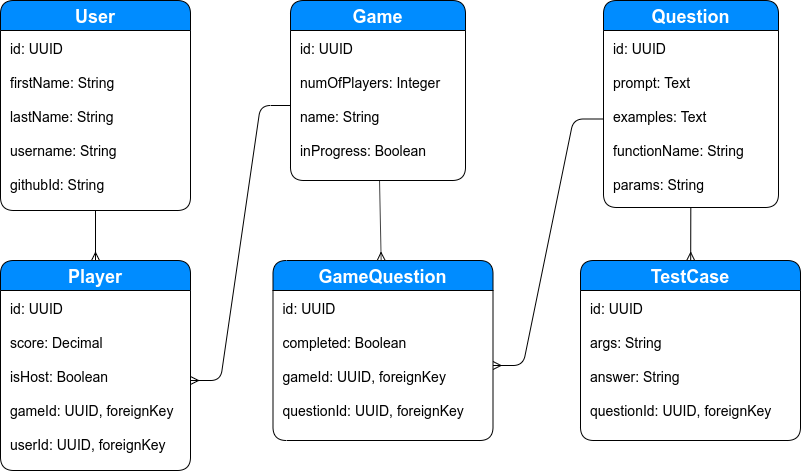
This is docs/data_models_relationship.png from lfg1907/jsbattle, a draw.io export, as it was before one commit. Source tidied: cells renumbered, new cells last; positions are measured from the earlier drawing's top-left corner, leaving out a move shared by most shapes. Source of this version:
```xml
<mxGraphModel>
  <root>
    <mxCell id="0" />
    <mxCell id="1" parent="0" />
    <mxCell id="2" value="Game" style="swimlane;horizontal=1;startSize=30;fillColor=#008cff;fontColor=#FFFFFF;rounded=1;fontSize=18;fontStyle=1;strokeWidth=1;shadow=0;dashed=0;align=center;" parent="1" vertex="1">
      <mxGeometry x="290" width="175" height="180" as="geometry" />
    </mxCell>
    <mxCell id="3" value="id: UUID&#10;&#10;numOfPlayers: Integer&#10;&#10;name: String&#10;&#10;inProgress: Boolean" style="align=left;strokeColor=none;fillColor=none;spacingLeft=8;spacingBottom=4;fontSize=14;verticalAlign=top;spacingTop=4;" parent="2" vertex="1">
      <mxGeometry y="30" width="175" height="150" as="geometry" />
    </mxCell>
    <mxCell id="4" value="Question" style="swimlane;horizontal=1;startSize=30;fillColor=#008cff;fontColor=#FFFFFF;rounded=1;fontSize=18;fontStyle=1;strokeWidth=1;shadow=0;dashed=0;align=center;" parent="1" vertex="1">
      <mxGeometry x="603" width="175" height="207" as="geometry" />
    </mxCell>
    <mxCell id="5" value="id: UUID&#10;&#10;prompt: Text&#10;&#10;examples: Text&#10;&#10;functionName: String&#10;&#10;params: String" style="align=left;strokeColor=none;fillColor=none;spacingLeft=8;spacingBottom=4;fontSize=14;verticalAlign=top;spacingTop=4;" parent="4" vertex="1">
      <mxGeometry y="30" width="175" height="177" as="geometry" />
    </mxCell>
    <mxCell id="6" value="TestCase" style="swimlane;horizontal=1;startSize=30;fillColor=#008cff;fontColor=#FFFFFF;rounded=1;fontSize=18;fontStyle=1;strokeWidth=1;shadow=0;dashed=0;align=center;" parent="1" vertex="1">
      <mxGeometry x="580" y="260" width="220" height="180" as="geometry" />
    </mxCell>
    <mxCell id="7" value="id: UUID&#10;&#10;args: String&#10;&#10;answer: String&#10;&#10;questionId: UUID, foreignKey" style="align=left;strokeColor=none;fillColor=none;spacingLeft=8;spacingBottom=4;fontSize=14;verticalAlign=top;spacingTop=4;" parent="6" vertex="1">
      <mxGeometry y="30" width="220" height="150" as="geometry" />
    </mxCell>
    <mxCell id="8" value="GameQuestion" style="swimlane;horizontal=1;startSize=30;fillColor=#008cff;fontColor=#FFFFFF;rounded=1;fontSize=18;fontStyle=1;strokeWidth=1;shadow=0;dashed=0;align=center;" parent="1" vertex="1">
      <mxGeometry x="272.5" y="260" width="220" height="180" as="geometry" />
    </mxCell>
    <mxCell id="9" value="id: UUID&#10;&#10;completed: Boolean&#10;&#10;gameId: UUID, foreignKey&#10;&#10;questionId: UUID, foreignKey" style="align=left;strokeColor=none;fillColor=none;spacingLeft=8;spacingBottom=4;fontSize=14;verticalAlign=top;spacingTop=4;" parent="8" vertex="1">
      <mxGeometry y="30" width="220" height="150" as="geometry" />
    </mxCell>
    <mxCell id="10" style="fontSize=12;html=1;endArrow=ERmany;" parent="1" edge="1" source="3" target="8">
      <mxGeometry relative="1" as="geometry" />
    </mxCell>
    <mxCell id="11" style="edgeStyle=entityRelationEdgeStyle;fontSize=12;html=1;endArrow=ERmany;" parent="1" edge="1" source="5" target="9">
      <mxGeometry relative="1" as="geometry" />
    </mxCell>
    <mxCell id="12" style="fontSize=12;html=1;endArrow=ERmany;" parent="1" edge="1" source="5" target="6">
      <mxGeometry relative="1" as="geometry" />
    </mxCell>
    <mxCell id="13" value="Player" style="swimlane;horizontal=1;startSize=30;fillColor=#008cff;fontColor=#FFFFFF;rounded=1;fontSize=18;fontStyle=1;strokeWidth=1;shadow=0;dashed=0;align=center;" parent="1" vertex="1">
      <mxGeometry y="260" width="190" height="210" as="geometry" />
    </mxCell>
    <mxCell id="14" value="id: UUID&#10;&#10;score: Decimal&#10;&#10;isHost: Boolean&#10;&#10;gameId: UUID, foreignKey&#10;&#10;userId: UUID, foreignKey" style="align=left;strokeColor=none;fillColor=none;spacingLeft=8;spacingBottom=4;fontSize=14;verticalAlign=top;spacingTop=4;" parent="13" vertex="1">
      <mxGeometry y="30" width="190" height="180" as="geometry" />
    </mxCell>
    <mxCell id="15" style="edgeStyle=none;rounded=0;jettySize=auto;html=1;endArrow=ERmany;endFill=0;fontSize=14;" parent="1" edge="1" source="18" target="13">
      <mxGeometry relative="1" as="geometry" />
    </mxCell>
    <mxCell id="16" style="edgeStyle=entityRelationEdgeStyle;rounded=1;jettySize=auto;html=1;endArrow=ERmany;endFill=0;fontSize=14;" parent="1" edge="1" source="3" target="14">
      <mxGeometry relative="1" as="geometry" />
    </mxCell>
    <mxCell id="17" value="User" style="swimlane;horizontal=1;startSize=30;fillColor=#008cff;fontColor=#FFFFFF;rounded=1;fontSize=18;fontStyle=1;strokeWidth=1;shadow=0;dashed=0;align=center;" parent="1" vertex="1">
      <mxGeometry width="190" height="210" as="geometry" />
    </mxCell>
    <mxCell id="18" value="id: UUID&#10;&#10;firstName: String&#10;&#10;lastName: String&#10;&#10;username: String&#10;&#10;githubId: String" style="align=left;strokeColor=none;fillColor=none;spacingLeft=8;spacingBottom=4;fontSize=14;verticalAlign=top;spacingTop=4;" parent="17" vertex="1">
      <mxGeometry y="30" width="190" height="180" as="geometry" />
    </mxCell>
  </root>
</mxGraphModel>
```
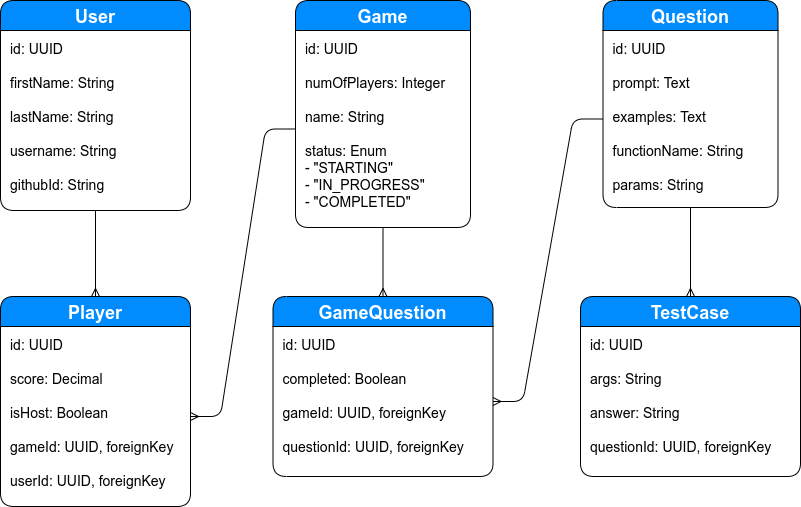
Later version of the same file.

Change to the diagram source:
```diff
@@ -3,13 +3,13 @@
     <mxCell id="0" />
     <mxCell id="1" parent="0" />
     <mxCell id="2" value="Game" style="swimlane;horizontal=1;startSize=30;fillColor=#008cff;fontColor=#FFFFFF;rounded=1;fontSize=18;fontStyle=1;strokeWidth=1;shadow=0;dashed=0;align=center;" parent="1" vertex="1">
-      <mxGeometry x="290" width="175" height="180" as="geometry" />
+      <mxGeometry x="295" y="-36" width="175" height="227" as="geometry" />
     </mxCell>
-    <mxCell id="3" value="id: UUID&#10;&#10;numOfPlayers: Integer&#10;&#10;name: String&#10;&#10;inProgress: Boolean" style="align=left;strokeColor=none;fillColor=none;spacingLeft=8;spacingBottom=4;fontSize=14;verticalAlign=top;spacingTop=4;" parent="2" vertex="1">
-      <mxGeometry y="30" width="175" height="150" as="geometry" />
+    <mxCell id="3" value="id: UUID&#10;&#10;numOfPlayers: Integer&#10;&#10;name: String&#10;&#10;status: Enum&#10;- &quot;STARTING&quot;&#10;- &quot;IN_PROGRESS&quot;&#10;- &quot;COMPLETED&quot;" style="align=left;strokeColor=none;fillColor=none;spacingLeft=8;spacingBottom=4;fontSize=14;verticalAlign=top;spacingTop=4;" parent="2" vertex="1">
+      <mxGeometry y="30" width="175" height="197" as="geometry" />
     </mxCell>
     <mxCell id="4" value="Question" style="swimlane;horizontal=1;startSize=30;fillColor=#008cff;fontColor=#FFFFFF;rounded=1;fontSize=18;fontStyle=1;strokeWidth=1;shadow=0;dashed=0;align=center;" parent="1" vertex="1">
-      <mxGeometry x="603" width="175" height="207" as="geometry" />
+      <mxGeometry x="602.5" y="-36" width="175" height="207" as="geometry" />
     </mxCell>
     <mxCell id="5" value="id: UUID&#10;&#10;prompt: Text&#10;&#10;examples: Text&#10;&#10;functionName: String&#10;&#10;params: String" style="align=left;strokeColor=none;fillColor=none;spacingLeft=8;spacingBottom=4;fontSize=14;verticalAlign=top;spacingTop=4;" parent="4" vertex="1">
       <mxGeometry y="30" width="175" height="177" as="geometry" />
@@ -48,7 +48,7 @@
       <mxGeometry relative="1" as="geometry" />
     </mxCell>
     <mxCell id="17" value="User" style="swimlane;horizontal=1;startSize=30;fillColor=#008cff;fontColor=#FFFFFF;rounded=1;fontSize=18;fontStyle=1;strokeWidth=1;shadow=0;dashed=0;align=center;" parent="1" vertex="1">
-      <mxGeometry width="190" height="210" as="geometry" />
+      <mxGeometry y="-36" width="190" height="210" as="geometry" />
     </mxCell>
     <mxCell id="18" value="id: UUID&#10;&#10;firstName: String&#10;&#10;lastName: String&#10;&#10;username: String&#10;&#10;githubId: String" style="align=left;strokeColor=none;fillColor=none;spacingLeft=8;spacingBottom=4;fontSize=14;verticalAlign=top;spacingTop=4;" parent="17" vertex="1">
       <mxGeometry y="30" width="190" height="180" as="geometry" />
```
